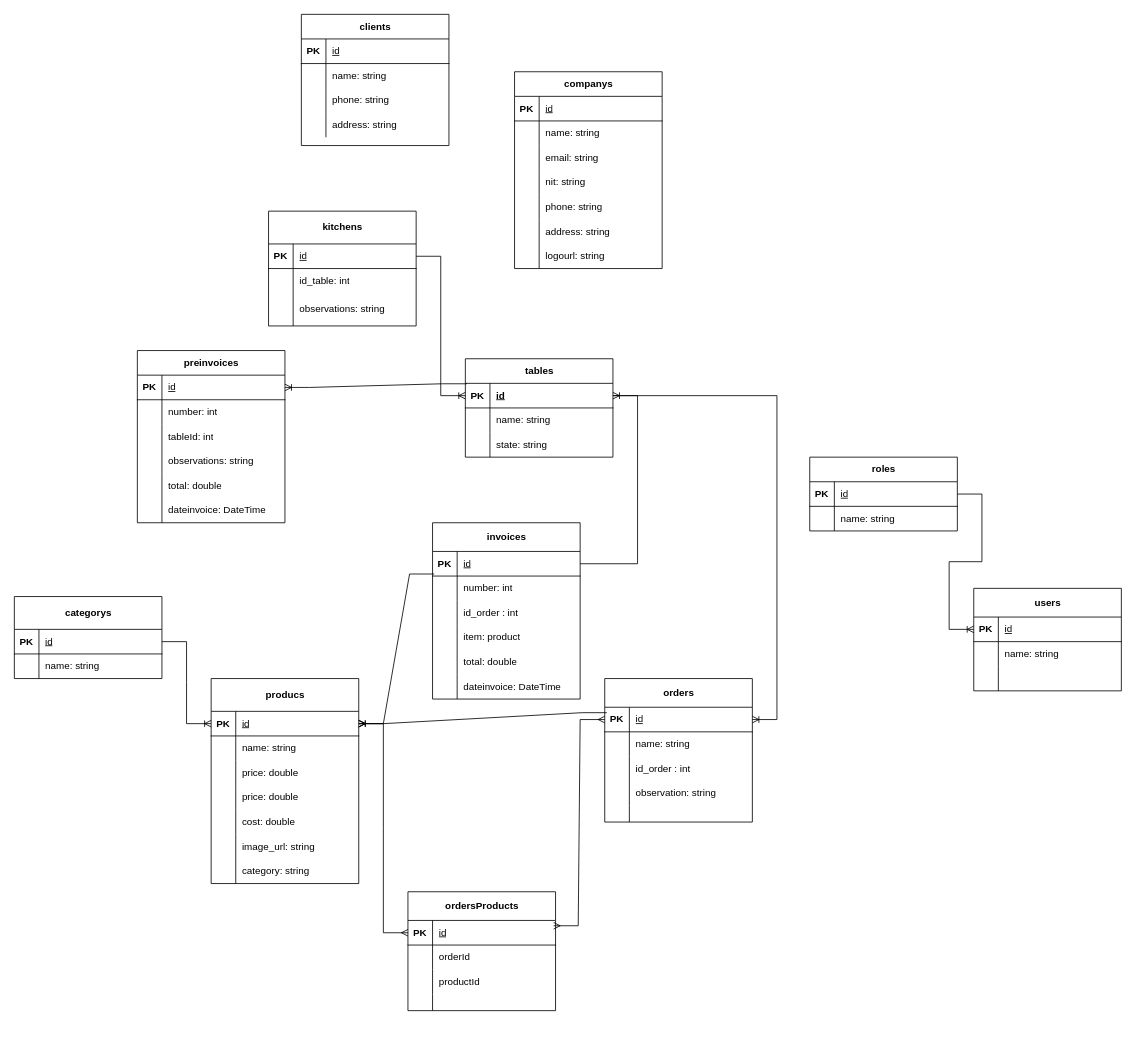
The draw.io diagram page "ER" (2 of 3) of Documents/Diagrama sin título.drawio in KevinAlvarezD/RestAdmin, before the edit. Source tidied: cells renumbered, new cells numbered last; positions are measured from the earlier drawing's top-left corner, leaving out a move shared by most shapes. Both pictures are drawn from the tidied source at 82%, with x=0, y=0 at pixel (14, 14).
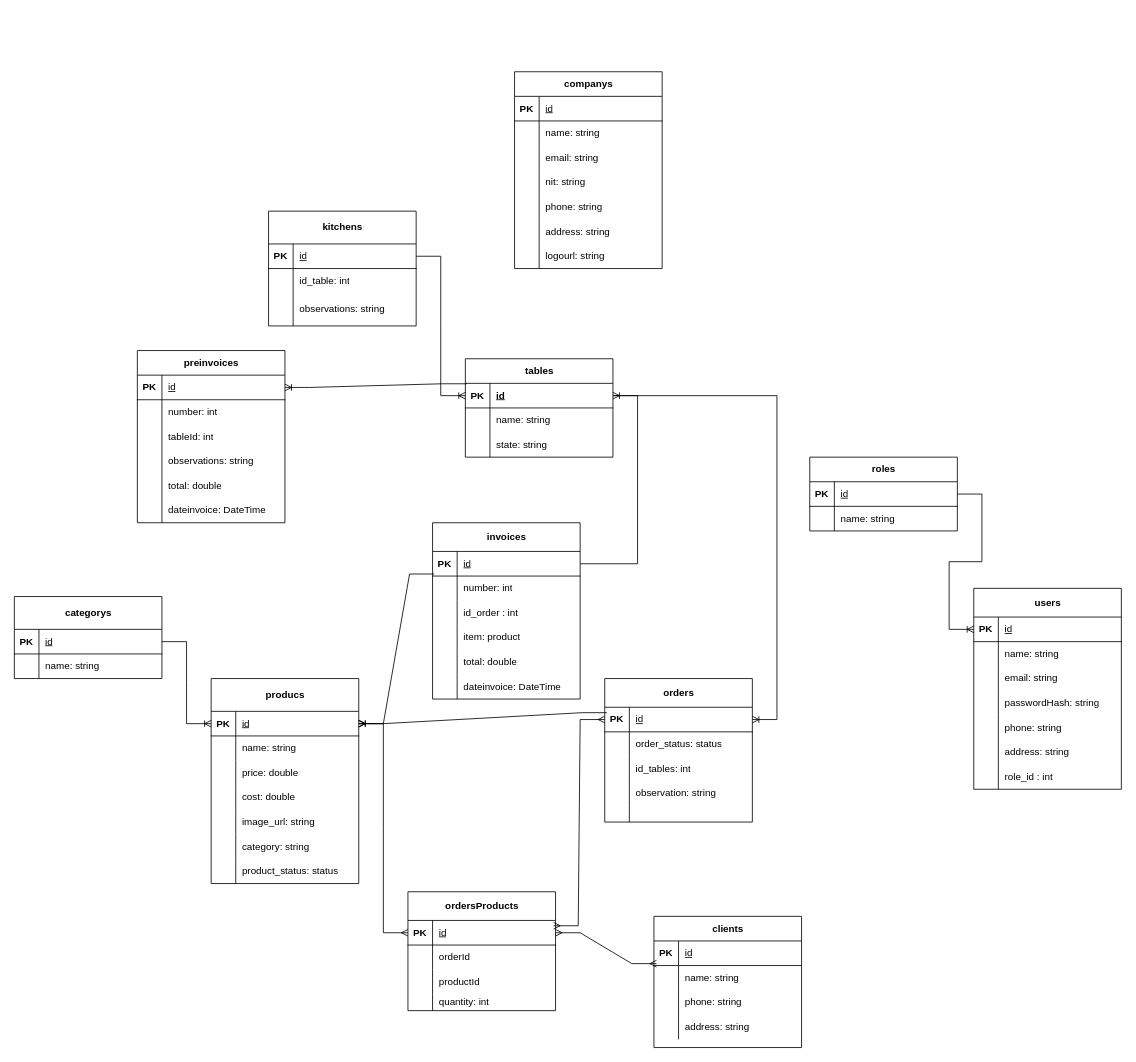
After the change.

Unchanged cells that the change refers to:
```xml
<mxCell id="25" style="shape=tableRow;horizontal=0;startSize=0;swimlaneHead=0;swimlaneBody=0;fillColor=none;top=0;left=0;right=0;bottom=0;" parent="21" vertex="1">
  <mxGeometry y="65" width="180" height="30" as="geometry" />
</mxCell>
<mxCell id="28" style="shape=tableRow;horizontal=0;startSize=0;swimlaneHead=0;swimlaneBody=0;fillColor=none;top=0;left=0;right=0;bottom=0;" parent="21" vertex="1">
  <mxGeometry y="95" width="180" height="30" as="geometry" />
</mxCell>
<mxCell id="47" value="producs" style="shape=table;startSize=40;childLayout=tableLayout;rowLines=0;fontStyle=1;align=center;html=1;" parent="1" vertex="1">
  <mxGeometry x="240" y="810" width="180" height="250" as="geometry" />
</mxCell>
<mxCell id="80" style="shape=tableRow;horizontal=0;startSize=0;swimlaneHead=0;swimlaneBody=0;fillColor=none;points=[[0,0.5],[1,0.5]];portConstraint=eastwest;top=0;left=0;right=0;bottom=1;" parent="79" vertex="1">
  <mxGeometry y="30" width="180" height="30" as="geometry" />
</mxCell>
<mxCell id="166" style="shape=tableRow;horizontal=0;startSize=0;swimlaneHead=0;swimlaneBody=0;fillColor=none;points=[[0,0.5],[1,0.5]];portConstraint=eastwest;top=0;left=0;right=0;bottom=1;" parent="165" vertex="1">
  <mxGeometry y="35" width="180" height="30" as="geometry" />
</mxCell>
<mxCell id="175" style="shape=tableRow;horizontal=0;startSize=0;swimlaneHead=0;swimlaneBody=0;fillColor=none;top=0;left=0;right=0;bottom=0;" parent="165" vertex="1">
  <mxGeometry y="125" width="180" height="20" as="geometry" />
</mxCell>
```

The edit, as a diff of the source:
```diff
@@
-    <mxCell id="27" value="&lt;span style=&quot;text-wrap: nowrap;&quot;&gt;name: string&lt;/span&gt;" style="shape=partialRectangle;fillColor=none;top=0;left=0;bottom=0;right=0;align=left;spacingLeft=6;overflow=hidden;whiteSpace=wrap;html=1;" parent="25" vertex="1">
+    <mxCell id="27" value="&lt;span style=&quot;text-wrap: nowrap;&quot;&gt;order_status: status&lt;/span&gt;" style="shape=partialRectangle;fillColor=none;top=0;left=0;bottom=0;right=0;align=left;spacingLeft=6;overflow=hidden;whiteSpace=wrap;html=1;" parent="25" vertex="1">
       <mxGeometry x="30" width="150" height="30" as="geometry" />
     </mxCell>
@@
-    <mxCell id="30" value="&lt;span style=&quot;text-wrap: nowrap;&quot;&gt;id_order : int&lt;/span&gt;" style="shape=partialRectangle;fillColor=none;top=0;left=0;bottom=0;right=0;align=left;spacingLeft=6;overflow=hidden;whiteSpace=wrap;html=1;" parent="28" vertex="1">
+    <mxCell id="30" value="&lt;span style=&quot;text-wrap: nowrap;&quot;&gt;id_tables: int&lt;/span&gt;" style="shape=partialRectangle;fillColor=none;top=0;left=0;bottom=0;right=0;align=left;spacingLeft=6;overflow=hidden;whiteSpace=wrap;html=1;" parent="28" vertex="1">
       <mxGeometry x="30" width="150" height="30" as="geometry" />
     </mxCell>
@@
-    <mxCell id="57" style="shape=tableRow;horizontal=0;startSize=0;swimlaneHead=0;swimlaneBody=0;fillColor=none;top=0;left=0;right=0;bottom=0;" parent="47" vertex="1">
-      <mxGeometry y="130" width="180" height="30" as="geometry" />
-    </mxCell>
-    <mxCell id="58" style="shape=partialRectangle;fillColor=none;top=0;left=0;bottom=0;right=0;overflow=hidden;whiteSpace=wrap;html=1;" parent="57" vertex="1">
-      <mxGeometry width="30" height="30" as="geometry" />
-    </mxCell>
-    <mxCell id="59" value="&lt;span style=&quot;text-wrap: nowrap;&quot;&gt;price: double&lt;/span&gt;" style="shape=partialRectangle;fillColor=none;top=0;left=0;bottom=0;right=0;align=left;spacingLeft=6;overflow=hidden;whiteSpace=wrap;html=1;" parent="57" vertex="1">
-      <mxGeometry x="30" width="150" height="30" as="geometry" />
-    </mxCell>
     <mxCell id="60" style="shape=tableRow;horizontal=0;startSize=0;swimlaneHead=0;swimlaneBody=0;fillColor=none;top=0;left=0;right=0;bottom=0;" parent="47" vertex="1">
-      <mxGeometry y="160" width="180" height="30" as="geometry" />
+      <mxGeometry y="130" width="180" height="30" as="geometry" />
     </mxCell>
@@
     <mxCell id="63" style="shape=tableRow;horizontal=0;startSize=0;swimlaneHead=0;swimlaneBody=0;fillColor=none;top=0;left=0;right=0;bottom=0;" parent="47" vertex="1">
-      <mxGeometry y="190" width="180" height="30" as="geometry" />
+      <mxGeometry y="160" width="180" height="30" as="geometry" />
     </mxCell>
@@
     <mxCell id="66" style="shape=tableRow;horizontal=0;startSize=0;swimlaneHead=0;swimlaneBody=0;fillColor=none;top=0;left=0;right=0;bottom=0;" parent="47" vertex="1">
-      <mxGeometry y="220" width="180" height="30" as="geometry" />
+      <mxGeometry y="190" width="180" height="30" as="geometry" />
     </mxCell>
@@
+    <mxCell id="180" style="shape=tableRow;horizontal=0;startSize=0;swimlaneHead=0;swimlaneBody=0;fillColor=none;top=0;left=0;right=0;bottom=0;" parent="47" vertex="1">
+      <mxGeometry y="220" width="180" height="30" as="geometry" />
+    </mxCell>
+    <mxCell id="181" style="shape=partialRectangle;fillColor=none;top=0;left=0;bottom=0;right=0;overflow=hidden;whiteSpace=wrap;html=1;" parent="180" vertex="1">
+      <mxGeometry width="30" height="30" as="geometry" />
+    </mxCell>
+    <mxCell id="182" value="&lt;span style=&quot;text-wrap: nowrap;&quot;&gt;product_status: status&lt;/span&gt;" style="shape=partialRectangle;fillColor=none;top=0;left=0;bottom=0;right=0;align=left;spacingLeft=6;overflow=hidden;whiteSpace=wrap;html=1;" parent="180" vertex="1">
+      <mxGeometry x="30" width="150" height="30" as="geometry" />
+    </mxCell>
@@
     <mxCell id="79" value="clients" style="shape=table;startSize=30;childLayout=tableLayout;rowLines=0;fontStyle=1;align=center;html=1;" parent="1" vertex="1">
-      <mxGeometry x="350" width="180" height="160" as="geometry" />
+      <mxGeometry x="780" y="1100" width="180" height="160" as="geometry" />
     </mxCell>
@@
     <mxCell id="94" value="users" style="shape=table;startSize=35;childLayout=tableLayout;rowLines=0;fontStyle=1;align=center;html=1;" parent="1" vertex="1">
-      <mxGeometry x="1170" y="700" width="180" height="125" as="geometry" />
+      <mxGeometry x="1170" y="700" width="180" height="245" as="geometry" />
     </mxCell>
@@
+    <mxCell id="183" style="shape=tableRow;horizontal=0;startSize=0;swimlaneHead=0;swimlaneBody=0;fillColor=none;top=0;left=0;right=0;bottom=0;" parent="94" vertex="1">
+      <mxGeometry y="95" width="180" height="30" as="geometry" />
+    </mxCell>
+    <mxCell id="184" style="shape=partialRectangle;fillColor=none;top=0;left=0;bottom=0;right=0;overflow=hidden;whiteSpace=wrap;html=1;" parent="183" vertex="1">
+      <mxGeometry width="30" height="30" as="geometry" />
+    </mxCell>
+    <mxCell id="185" value="&lt;span style=&quot;text-wrap: nowrap;&quot;&gt;email: string&lt;/span&gt;" style="shape=partialRectangle;fillColor=none;top=0;left=0;bottom=0;right=0;align=left;spacingLeft=6;overflow=hidden;whiteSpace=wrap;html=1;" parent="183" vertex="1">
+      <mxGeometry x="30" width="150" height="30" as="geometry" />
+    </mxCell>
+    <mxCell id="186" style="shape=tableRow;horizontal=0;startSize=0;swimlaneHead=0;swimlaneBody=0;fillColor=none;top=0;left=0;right=0;bottom=0;" parent="94" vertex="1">
+      <mxGeometry y="125" width="180" height="30" as="geometry" />
+    </mxCell>
+    <mxCell id="187" style="shape=partialRectangle;fillColor=none;top=0;left=0;bottom=0;right=0;overflow=hidden;whiteSpace=wrap;html=1;" parent="186" vertex="1">
+      <mxGeometry width="30" height="30" as="geometry" />
+    </mxCell>
+    <mxCell id="188" value="&lt;span style=&quot;text-wrap: nowrap;&quot;&gt;passwordHash: string&lt;/span&gt;" style="shape=partialRectangle;fillColor=none;top=0;left=0;bottom=0;right=0;align=left;spacingLeft=6;overflow=hidden;whiteSpace=wrap;html=1;" parent="186" vertex="1">
+      <mxGeometry x="30" width="150" height="30" as="geometry" />
+    </mxCell>
+    <mxCell id="189" style="shape=tableRow;horizontal=0;startSize=0;swimlaneHead=0;swimlaneBody=0;fillColor=none;top=0;left=0;right=0;bottom=0;" parent="94" vertex="1">
+      <mxGeometry y="155" width="180" height="30" as="geometry" />
+    </mxCell>
+    <mxCell id="190" style="shape=partialRectangle;fillColor=none;top=0;left=0;bottom=0;right=0;overflow=hidden;whiteSpace=wrap;html=1;" parent="189" vertex="1">
+      <mxGeometry width="30" height="30" as="geometry" />
+    </mxCell>
+    <mxCell id="191" value="&lt;span style=&quot;text-wrap: nowrap;&quot;&gt;phone: string&lt;/span&gt;" style="shape=partialRectangle;fillColor=none;top=0;left=0;bottom=0;right=0;align=left;spacingLeft=6;overflow=hidden;whiteSpace=wrap;html=1;" parent="189" vertex="1">
+      <mxGeometry x="30" width="150" height="30" as="geometry" />
+    </mxCell>
+    <mxCell id="192" style="shape=tableRow;horizontal=0;startSize=0;swimlaneHead=0;swimlaneBody=0;fillColor=none;top=0;left=0;right=0;bottom=0;" parent="94" vertex="1">
+      <mxGeometry y="185" width="180" height="30" as="geometry" />
+    </mxCell>
+    <mxCell id="193" style="shape=partialRectangle;fillColor=none;top=0;left=0;bottom=0;right=0;overflow=hidden;whiteSpace=wrap;html=1;" parent="192" vertex="1">
+      <mxGeometry width="30" height="30" as="geometry" />
+    </mxCell>
+    <mxCell id="194" value="&lt;span style=&quot;text-wrap: nowrap;&quot;&gt;address: string&lt;/span&gt;" style="shape=partialRectangle;fillColor=none;top=0;left=0;bottom=0;right=0;align=left;spacingLeft=6;overflow=hidden;whiteSpace=wrap;html=1;" parent="192" vertex="1">
+      <mxGeometry x="30" width="150" height="30" as="geometry" />
+    </mxCell>
     <mxCell id="101" style="shape=tableRow;horizontal=0;startSize=0;swimlaneHead=0;swimlaneBody=0;fillColor=none;top=0;left=0;right=0;bottom=0;" parent="94" vertex="1">
-      <mxGeometry y="95" width="180" height="30" as="geometry" />
+      <mxGeometry y="215" width="180" height="30" as="geometry" />
     </mxCell>
@@
-    <mxCell id="103" style="shape=partialRectangle;fillColor=none;top=0;left=0;bottom=0;right=0;align=left;spacingLeft=6;overflow=hidden;whiteSpace=wrap;html=1;" parent="101" vertex="1">
+    <mxCell id="103" value="&lt;span style=&quot;text-wrap: nowrap;&quot;&gt;role_id : int&lt;/span&gt;" style="shape=partialRectangle;fillColor=none;top=0;left=0;bottom=0;right=0;align=left;spacingLeft=6;overflow=hidden;whiteSpace=wrap;html=1;" parent="101" vertex="1">
       <mxGeometry x="30" width="150" height="30" as="geometry" />
     </mxCell>
@@
-    <mxCell id="177" style="shape=partialRectangle;fillColor=none;top=0;left=0;bottom=0;right=0;align=left;spacingLeft=6;overflow=hidden;whiteSpace=wrap;html=1;" parent="175" vertex="1">
+    <mxCell id="177" value="quantity: int" style="shape=partialRectangle;fillColor=none;top=0;left=0;bottom=0;right=0;align=left;spacingLeft=6;overflow=hidden;whiteSpace=wrap;html=1;" parent="175" vertex="1">
       <mxGeometry x="30" width="150" height="20" as="geometry" />
     </mxCell>
@@
+    <mxCell id="195" style="edgeStyle=entityRelationEdgeStyle;fontSize=12;html=1;endArrow=ERmany;startArrow=ERmany;rounded=0;exitX=1;exitY=0.5;exitDx=0;exitDy=0;entryX=0.017;entryY=0.922;entryDx=0;entryDy=0;entryPerimeter=0;" parent="1" edge="1" source="166" target="80">
+      <mxGeometry relative="1" as="geometry" />
+    </mxCell>
```
